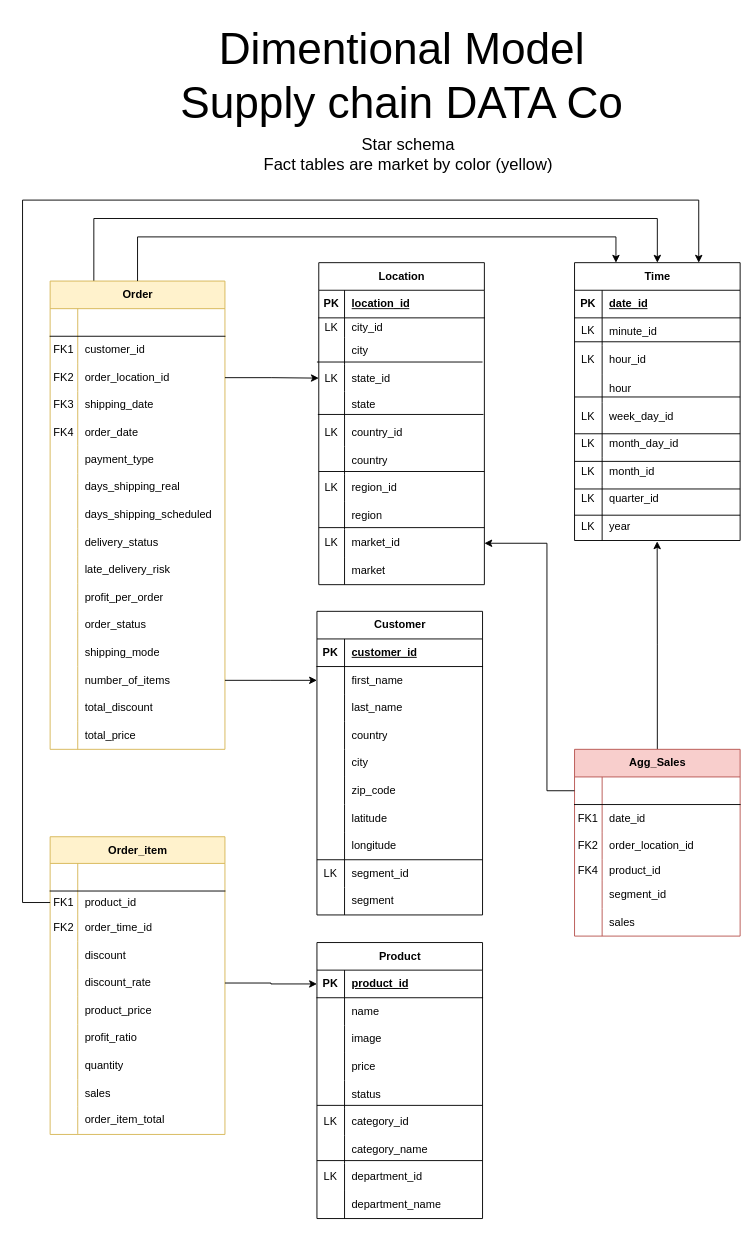
Before: Model-designs/dimensional.drawio in crdsteixeira/DW_project, a draw.io diagram. Source tidied: cells renumbered, new cells numbered last; positions are measured from the earlier drawing's top-left corner, leaving out a move shared by most shapes. Both pictures are drawn from the tidied source at 92%, with x=0, y=0 at pixel (22, 16).
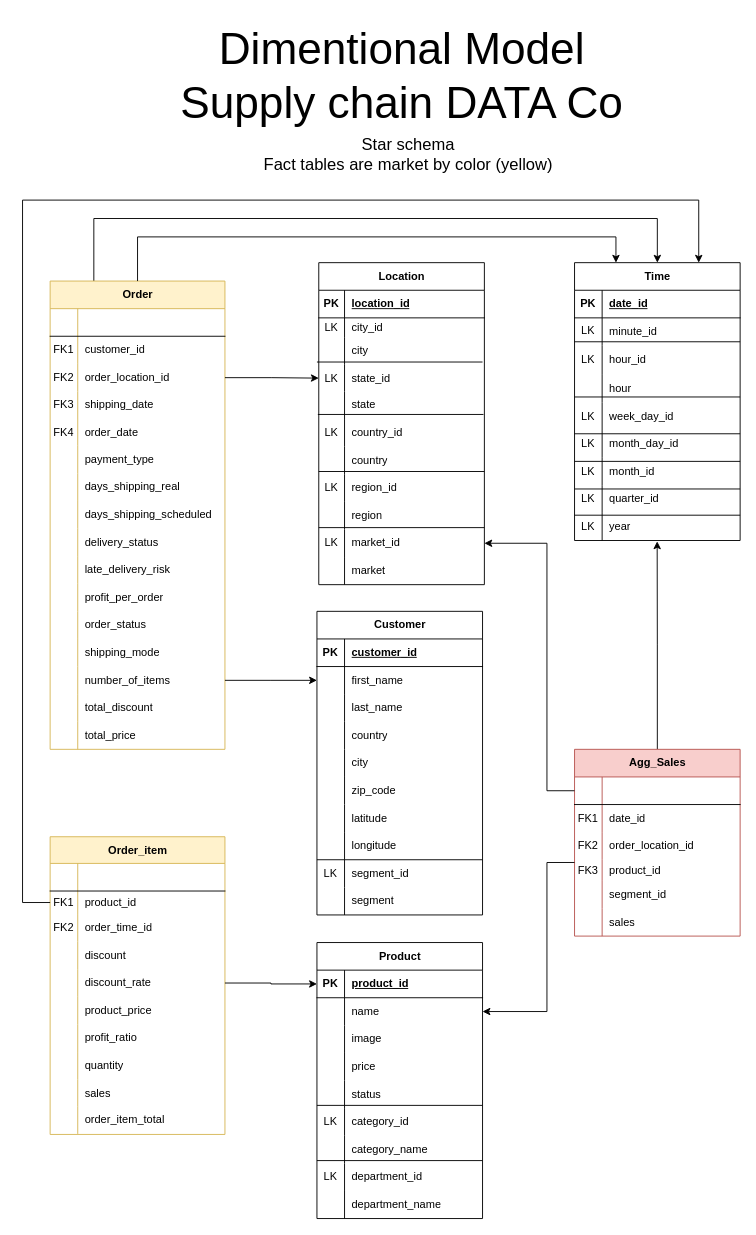
The same diagram, later.

Commit message:
Fix dimensional model diagram

The change refers to these unchanged cells:
```xml
<mxCell id="94" style="shape=tableRow;horizontal=0;startSize=0;swimlaneHead=0;swimlaneBody=0;fillColor=none;points=[[0,0.5],[1,0.5]];portConstraint=eastwest;top=0;left=0;right=0;bottom=0;" parent="84" vertex="1">
  <mxGeometry y="120" width="180" height="23" as="geometry" />
</mxCell>
<mxCell id="169" style="shape=tableRow;horizontal=0;startSize=0;swimlaneHead=0;swimlaneBody=0;fillColor=none;points=[[0,0.5],[1,0.5]];portConstraint=eastwest;top=0;left=0;right=0;bottom=0;" parent="165" vertex="1">
  <mxGeometry y="60" width="180" height="30" as="geometry" />
</mxCell>
```

The edit, as a diff of the source:
```diff
@@
-    <mxCell id="95" value="FK4" style="shape=partialRectangle;fillColor=none;top=0;left=0;bottom=0;right=0;overflow=hidden;whiteSpace=wrap;html=1;" parent="94" vertex="1">
+    <mxCell id="95" value="FK3" style="shape=partialRectangle;fillColor=none;top=0;left=0;bottom=0;right=0;overflow=hidden;whiteSpace=wrap;html=1;" parent="94" vertex="1">
       <mxGeometry width="30" height="23" as="geometry" />
     </mxCell>
@@
+    <mxCell id="249" style="endArrow=classic;html=1;rounded=0;exitX=0;exitY=0.13;exitDx=0;exitDy=0;exitPerimeter=0;entryX=1;entryY=0.5;entryDx=0;entryDy=0;" parent="1" edge="1" source="94" target="169">
+      <mxGeometry relative="1" as="geometry">
+        <Array as="points">
+          <mxPoint x="570" y="920" />
+          <mxPoint x="570" y="1082" />
+        </Array>
+      </mxGeometry>
+    </mxCell>
```
